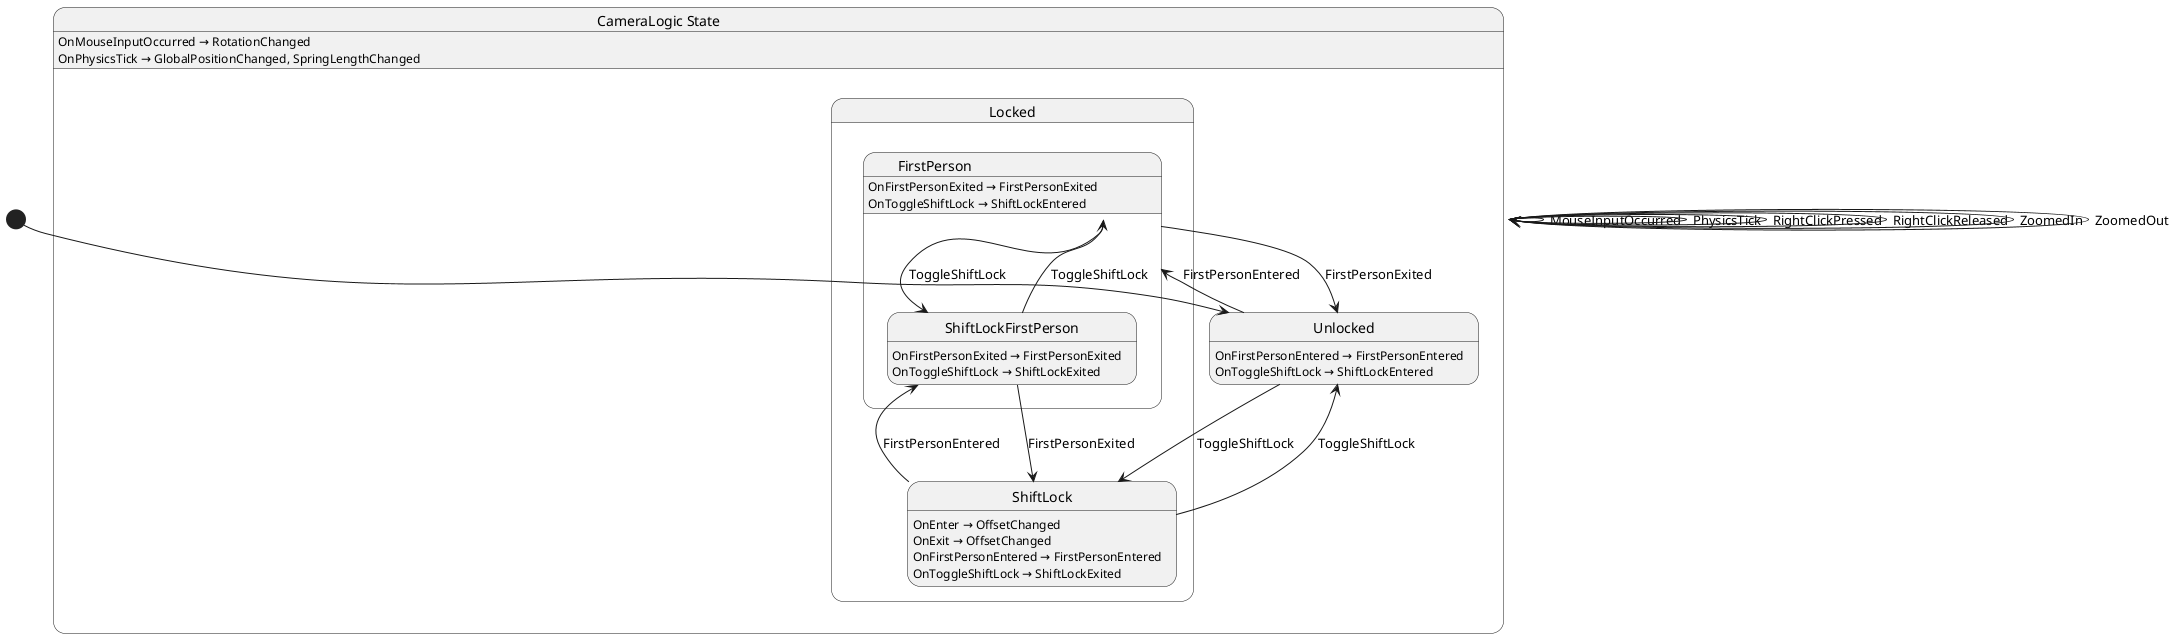
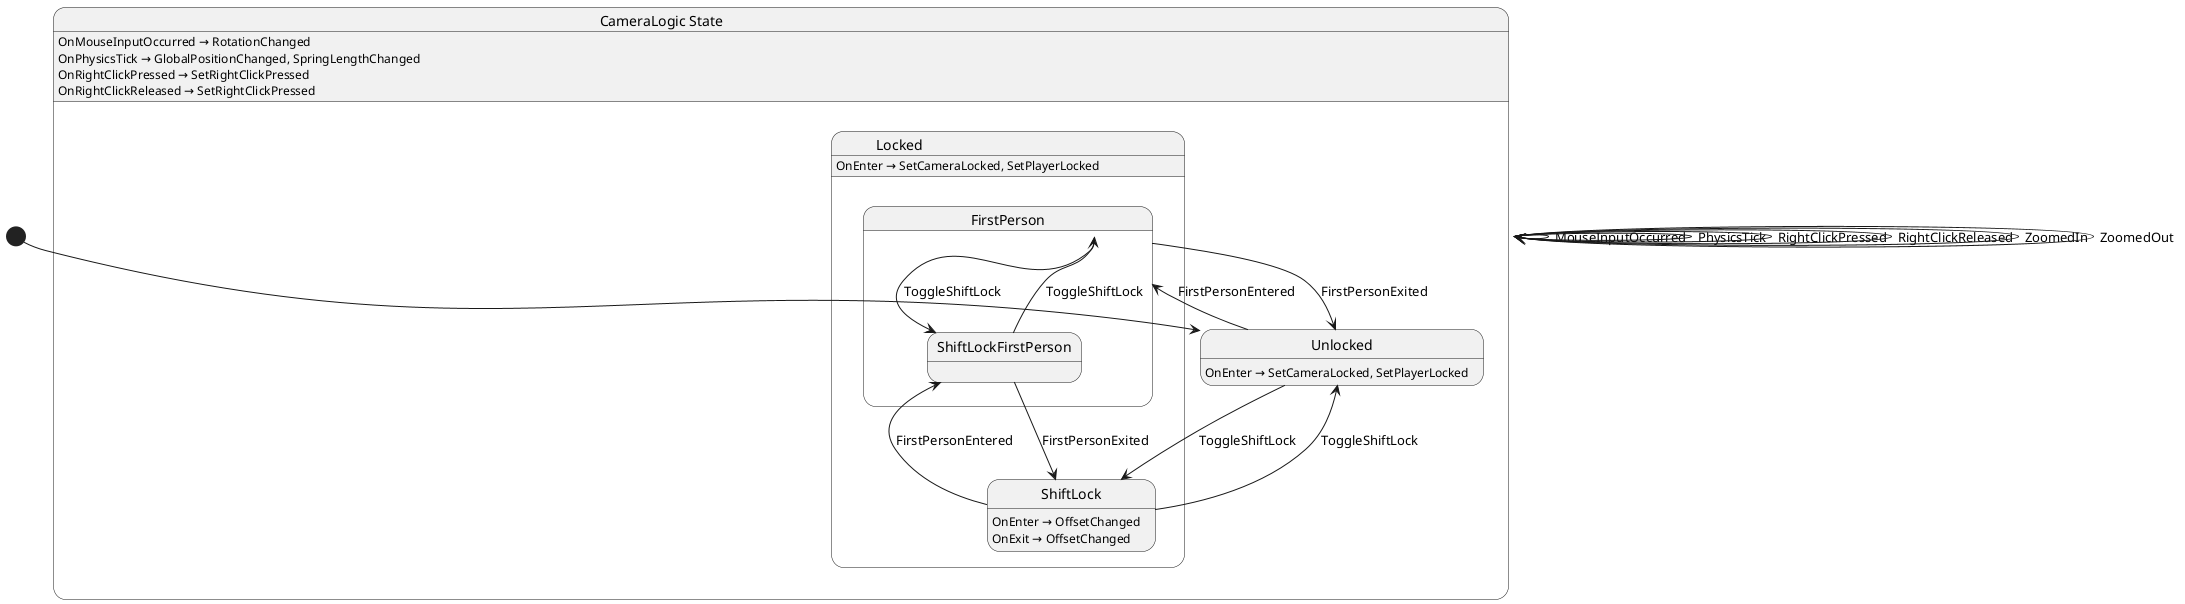
@startuml CameraLogic
state "CameraLogic State" as Jomolith_Play_Player_Camera_State_CameraLogic_CameraState {
  state "Locked" as Jomolith_Play_Player_Camera_State_CameraLogic_CameraState_Locked {
    state "FirstPerson" as Jomolith_Play_Player_Camera_State_CameraLogic_CameraState_FirstPerson {
      state "ShiftLockFirstPerson" as Jomolith_Play_Player_Camera_State_CameraLogic_CameraState_ShiftLockFirstPerson
    }
    state "ShiftLock" as Jomolith_Play_Player_Camera_State_CameraLogic_CameraState_ShiftLock
  }
  state "Unlocked" as Jomolith_Play_Player_Camera_State_CameraLogic_CameraState_Unlocked
}

Jomolith_Play_Player_Camera_State_CameraLogic_CameraState --> Jomolith_Play_Player_Camera_State_CameraLogic_CameraState : MouseInputOccurred
Jomolith_Play_Player_Camera_State_CameraLogic_CameraState --> Jomolith_Play_Player_Camera_State_CameraLogic_CameraState : PhysicsTick
Jomolith_Play_Player_Camera_State_CameraLogic_CameraState --> Jomolith_Play_Player_Camera_State_CameraLogic_CameraState : RightClickPressed
Jomolith_Play_Player_Camera_State_CameraLogic_CameraState --> Jomolith_Play_Player_Camera_State_CameraLogic_CameraState : RightClickReleased
Jomolith_Play_Player_Camera_State_CameraLogic_CameraState --> Jomolith_Play_Player_Camera_State_CameraLogic_CameraState : ZoomedIn
Jomolith_Play_Player_Camera_State_CameraLogic_CameraState --> Jomolith_Play_Player_Camera_State_CameraLogic_CameraState : ZoomedOut
Jomolith_Play_Player_Camera_State_CameraLogic_CameraState_FirstPerson --> Jomolith_Play_Player_Camera_State_CameraLogic_CameraState_ShiftLockFirstPerson : ToggleShiftLock
Jomolith_Play_Player_Camera_State_CameraLogic_CameraState_FirstPerson --> Jomolith_Play_Player_Camera_State_CameraLogic_CameraState_Unlocked : FirstPersonExited
Jomolith_Play_Player_Camera_State_CameraLogic_CameraState_ShiftLock --> Jomolith_Play_Player_Camera_State_CameraLogic_CameraState_ShiftLockFirstPerson : FirstPersonEntered
Jomolith_Play_Player_Camera_State_CameraLogic_CameraState_ShiftLock --> Jomolith_Play_Player_Camera_State_CameraLogic_CameraState_Unlocked : ToggleShiftLock
Jomolith_Play_Player_Camera_State_CameraLogic_CameraState_ShiftLockFirstPerson --> Jomolith_Play_Player_Camera_State_CameraLogic_CameraState_FirstPerson : ToggleShiftLock
Jomolith_Play_Player_Camera_State_CameraLogic_CameraState_ShiftLockFirstPerson --> Jomolith_Play_Player_Camera_State_CameraLogic_CameraState_ShiftLock : FirstPersonExited
Jomolith_Play_Player_Camera_State_CameraLogic_CameraState_Unlocked --> Jomolith_Play_Player_Camera_State_CameraLogic_CameraState_FirstPerson : FirstPersonEntered
Jomolith_Play_Player_Camera_State_CameraLogic_CameraState_Unlocked --> Jomolith_Play_Player_Camera_State_CameraLogic_CameraState_ShiftLock : ToggleShiftLock

Jomolith_Play_Player_Camera_State_CameraLogic_CameraState : OnMouseInputOccurred → RotationChanged
Jomolith_Play_Player_Camera_State_CameraLogic_CameraState : OnPhysicsTick → GlobalPositionChanged, SpringLengthChanged
- Jomolith_Play_Player_Camera_State_CameraLogic_CameraState_FirstPerson : OnFirstPersonExited → FirstPersonExited
- Jomolith_Play_Player_Camera_State_CameraLogic_CameraState_FirstPerson : OnToggleShiftLock → ShiftLockEntered
+ Jomolith_Play_Player_Camera_State_CameraLogic_CameraState : OnRightClickPressed → SetRightClickPressed
+ Jomolith_Play_Player_Camera_State_CameraLogic_CameraState : OnRightClickReleased → SetRightClickPressed
+ Jomolith_Play_Player_Camera_State_CameraLogic_CameraState_Locked : OnEnter → SetCameraLocked, SetPlayerLocked
Jomolith_Play_Player_Camera_State_CameraLogic_CameraState_ShiftLock : OnEnter → OffsetChanged
Jomolith_Play_Player_Camera_State_CameraLogic_CameraState_ShiftLock : OnExit → OffsetChanged
- Jomolith_Play_Player_Camera_State_CameraLogic_CameraState_ShiftLock : OnFirstPersonEntered → FirstPersonEntered
- Jomolith_Play_Player_Camera_State_CameraLogic_CameraState_ShiftLock : OnToggleShiftLock → ShiftLockExited
- Jomolith_Play_Player_Camera_State_CameraLogic_CameraState_ShiftLockFirstPerson : OnFirstPersonExited → FirstPersonExited
- Jomolith_Play_Player_Camera_State_CameraLogic_CameraState_ShiftLockFirstPerson : OnToggleShiftLock → ShiftLockExited
- Jomolith_Play_Player_Camera_State_CameraLogic_CameraState_Unlocked : OnFirstPersonEntered → FirstPersonEntered
- Jomolith_Play_Player_Camera_State_CameraLogic_CameraState_Unlocked : OnToggleShiftLock → ShiftLockEntered
+ Jomolith_Play_Player_Camera_State_CameraLogic_CameraState_Unlocked : OnEnter → SetCameraLocked, SetPlayerLocked

[*] --> Jomolith_Play_Player_Camera_State_CameraLogic_CameraState_Unlocked
@enduml